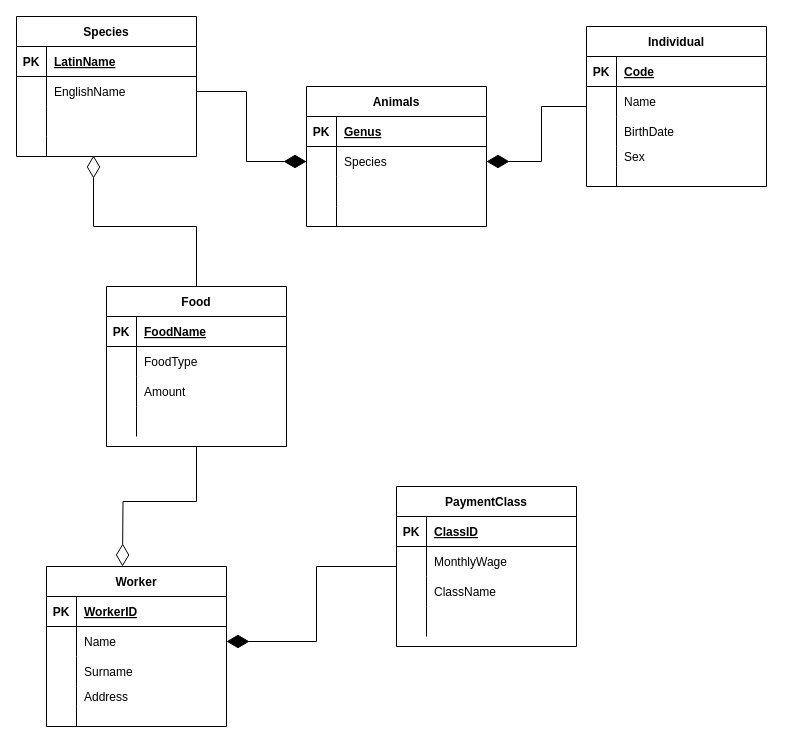
The draw.io diagram data/zoo.drawio in CernyDavid/diagrams.net, before the edit. Source tidied: cells renumbered, new cells numbered last; positions are measured from the earlier drawing's top-left corner, leaving out a move shared by most shapes. Both pictures are drawn from the tidied source at 100%, with x=0, y=0 at pixel (16, 16).
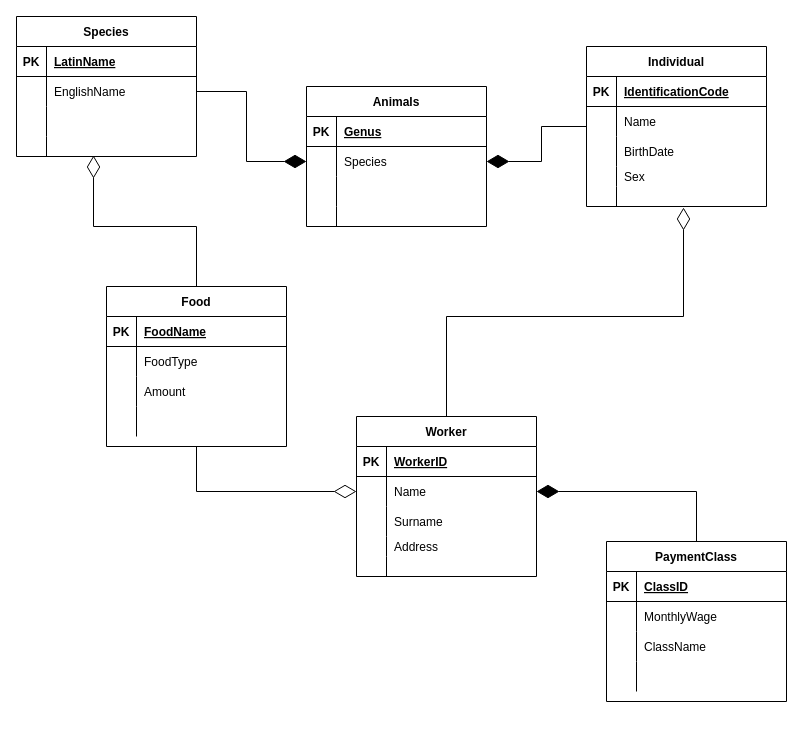
The same page after the edit.

Unchanged cells that the change refers to:
```xml
<mxCell id="30" style="shape=tableRow;horizontal=0;startSize=0;swimlaneHead=0;swimlaneBody=0;fillColor=none;top=0;left=0;right=0;bottom=1;strokeColor=default;" parent="29" vertex="1">
  <mxGeometry y="30" width="180" height="30" as="geometry" />
</mxCell>
<mxCell id="42" style="shape=tableRow;horizontal=0;startSize=0;swimlaneHead=0;swimlaneBody=0;fillColor=none;points=[[0,0.5],[1,0.5]];portConstraint=eastwest;top=0;left=0;right=0;bottom=0;strokeColor=default;" parent="29" vertex="1">
  <mxGeometry y="140" width="180" height="20" as="geometry" />
</mxCell>
<mxCell id="49" style="shape=tableRow;horizontal=0;startSize=0;swimlaneHead=0;swimlaneBody=0;fillColor=none;points=[[0,0.5],[1,0.5]];portConstraint=eastwest;top=0;left=0;right=0;bottom=0;strokeColor=default;" parent="45" vertex="1">
  <mxGeometry y="60" width="180" height="30" as="geometry" />
</mxCell>
<mxCell id="77" value="Food" style="shape=table;startSize=30;childLayout=tableLayout;rowLines=0;fontStyle=1;align=center;strokeColor=default;fillColor=default;" parent="1" vertex="1">
  <mxGeometry x="90" y="270" width="180" height="160" as="geometry" />
</mxCell>
```

Change to the diagram source:
```diff
@@
     <mxCell id="29" value="Individual" style="shape=table;startSize=30;childLayout=tableLayout;rowLines=0;fontStyle=1;align=center;strokeColor=default;fillColor=none;" parent="1" vertex="1">
-      <mxGeometry x="570" y="10" width="180" height="160" as="geometry" />
+      <mxGeometry x="570" y="30" width="180" height="160" as="geometry" />
     </mxCell>
@@
-    <mxCell id="32" value="Code" style="shape=partialRectangle;fillColor=none;top=0;left=0;bottom=0;right=0;align=left;spacingLeft=6;fontStyle=5;overflow=hidden;strokeColor=default;" parent="30" vertex="1">
+    <mxCell id="32" value="IdentificationCode" style="shape=partialRectangle;fillColor=none;top=0;left=0;bottom=0;right=0;align=left;spacingLeft=6;fontStyle=5;overflow=hidden;strokeColor=default;" parent="30" vertex="1">
       <mxGeometry x="30" width="150" height="30" as="geometry" />
     </mxCell>
@@
+    <mxCell id="91" style="edgeStyle=orthogonalEdgeStyle;rounded=0;jettySize=auto;html=1;entryX=0.539;entryY=1.05;entryDx=0;entryDy=0;entryPerimeter=0;endArrow=diamondThin;endFill=0;endSize=20;" parent="1" edge="1" source="45" target="42">
+      <mxGeometry relative="1" as="geometry" />
+    </mxCell>
     <mxCell id="45" value="Worker" style="shape=table;startSize=30;childLayout=tableLayout;rowLines=0;fontStyle=1;align=center;strokeColor=default;fillColor=none;" parent="1" vertex="1">
-      <mxGeometry x="30" y="550" width="180" height="160" as="geometry" />
+      <mxGeometry x="340" y="400" width="180" height="160" as="geometry" />
     </mxCell>
@@
     <mxCell id="62" value="PaymentClass" style="shape=table;startSize=30;childLayout=tableLayout;rowLines=0;fontStyle=1;align=center;strokeColor=default;fillColor=default;" parent="1" vertex="1">
-      <mxGeometry x="380" y="470" width="180" height="160" as="geometry" />
+      <mxGeometry x="590" y="525" width="180" height="160" as="geometry" />
     </mxCell>
@@
-    <mxCell id="76" style="edgeStyle=orthogonalEdgeStyle;rounded=0;jettySize=auto;html=1;endArrow=diamondThin;endFill=0;endSize=20;" parent="1" edge="1" source="77">
-      <mxGeometry relative="1" as="geometry">
-        <mxPoint x="106" y="550" as="targetPoint" />
-      </mxGeometry>
+    <mxCell id="76" style="edgeStyle=orthogonalEdgeStyle;rounded=0;jettySize=auto;html=1;endArrow=diamondThin;endFill=0;endSize=20;entryX=0;entryY=0.5;entryDx=0;entryDy=0;" parent="1" edge="1" source="77" target="49">
+      <mxGeometry relative="1" as="geometry" />
     </mxCell>
```
